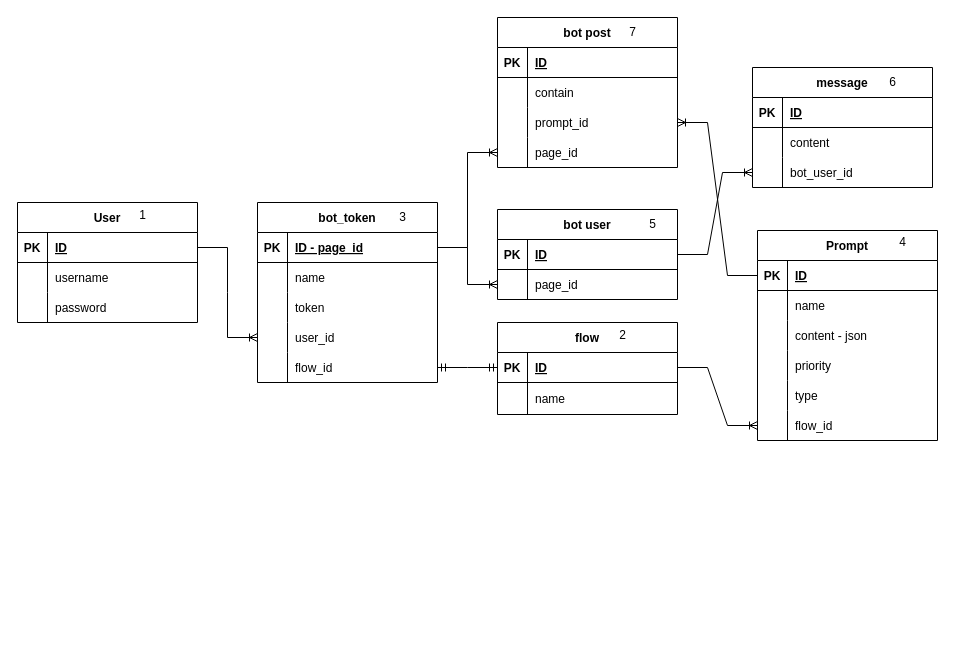
Before: AI ERD.drawio in andrew-atef/andrew-atef, a draw.io diagram. Source tidied: cells renumbered, new cells numbered last; positions are measured from the earlier drawing's top-left corner, leaving out a move shared by most shapes. Both pictures are drawn from the tidied source at 100%, with x=0, y=0 at pixel (17, 17).
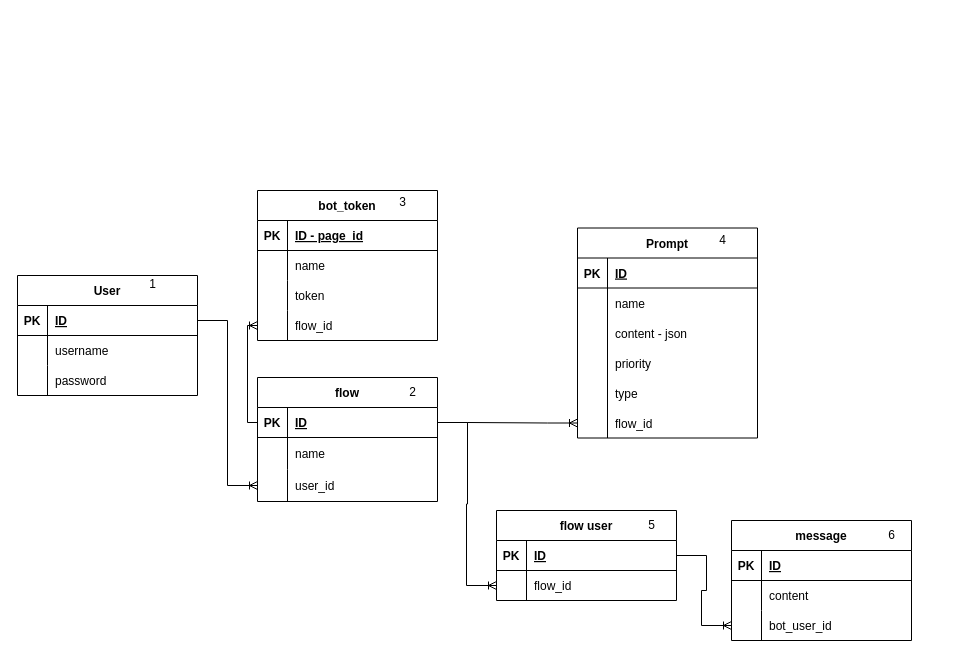
The same page after the edit.

Unchanged cells that the change refers to:
```xml
<mxCell id="3" style="shape=tableRow;horizontal=0;startSize=0;swimlaneHead=0;swimlaneBody=0;fillColor=none;points=[[0,0.5],[1,0.5]];portConstraint=eastwest;top=0;left=0;right=0;bottom=1;" parent="2" vertex="1">
  <mxGeometry y="30" width="180" height="30" as="geometry" />
</mxCell>
<mxCell id="13" style="shape=tableRow;horizontal=0;startSize=0;swimlaneHead=0;swimlaneBody=0;fillColor=none;points=[[0,0.5],[1,0.5]];portConstraint=eastwest;top=0;left=0;right=0;bottom=1;" parent="12" vertex="1">
  <mxGeometry y="30" width="180" height="30" as="geometry" />
</mxCell>
<mxCell id="32" style="shape=tableRow;horizontal=0;startSize=0;swimlaneHead=0;swimlaneBody=0;fillColor=none;points=[[0,0.5],[1,0.5]];portConstraint=eastwest;top=0;left=0;right=0;bottom=1;" parent="31" vertex="1">
  <mxGeometry y="30" width="180" height="30" as="geometry" />
</mxCell>
<mxCell id="40" style="shape=tableRow;horizontal=0;startSize=0;swimlaneHead=0;swimlaneBody=0;fillColor=none;points=[[0,0.5],[1,0.5]];portConstraint=eastwest;top=0;left=0;right=0;bottom=1;" parent="39" vertex="1">
  <mxGeometry y="30" width="180" height="30" as="geometry" />
</mxCell>
<mxCell id="60" style="shape=tableRow;horizontal=0;startSize=0;swimlaneHead=0;swimlaneBody=0;fillColor=none;points=[[0,0.5],[1,0.5]];portConstraint=eastwest;top=0;left=0;right=0;bottom=0;" parent="56" vertex="1">
  <mxGeometry y="60" width="180" height="30" as="geometry" />
</mxCell>
```

The edit, as a diff of the source:
```diff
@@
     <mxCell id="2" value="User" style="shape=table;startSize=30;childLayout=tableLayout;rowLines=0;fontStyle=1;align=center;" parent="1" vertex="1">
-      <mxGeometry y="185" width="180" height="120" as="geometry" />
+      <mxGeometry y="258" width="180" height="120" as="geometry" />
     </mxCell>
@@
     <mxCell id="12" value="Prompt" style="shape=table;startSize=30;childLayout=tableLayout;rowLines=0;fontStyle=1;align=center;" parent="1" vertex="1">
-      <mxGeometry x="740" y="213" width="180" height="210" as="geometry" />
+      <mxGeometry x="560" y="210.5" width="180" height="210" as="geometry" />
     </mxCell>
@@
     <mxCell id="31" value="flow" style="shape=table;startSize=30;childLayout=tableLayout;rowLines=0;fontStyle=1;align=center;" parent="1" vertex="1">
-      <mxGeometry x="480" y="305" width="180" height="92" as="geometry" />
+      <mxGeometry x="240" y="360" width="180" height="124" as="geometry" />
     </mxCell>
@@
+    <mxCell id="98" style="shape=tableRow;horizontal=0;startSize=0;swimlaneHead=0;swimlaneBody=0;fillColor=none;points=[[0,0.5],[1,0.5]];portConstraint=eastwest;top=0;left=0;right=0;bottom=0;" parent="31" vertex="1">
+      <mxGeometry y="92" width="180" height="32" as="geometry" />
+    </mxCell>
+    <mxCell id="99" style="shape=partialRectangle;fillColor=none;top=0;left=0;bottom=0;right=0;overflow=hidden;" parent="98" vertex="1">
+      <mxGeometry width="30" height="32" as="geometry" />
+    </mxCell>
+    <mxCell id="51" value="user_id" style="shape=partialRectangle;fillColor=none;top=0;left=0;bottom=0;right=0;align=left;spacingLeft=6;overflow=hidden;" parent="98" vertex="1">
+      <mxGeometry x="30" width="150" height="32" as="geometry" />
+    </mxCell>
@@
     <mxCell id="39" value="bot_token" style="shape=table;startSize=30;childLayout=tableLayout;rowLines=0;fontStyle=1;align=center;" parent="1" vertex="1">
-      <mxGeometry x="240" y="185" width="180" height="180" as="geometry" />
+      <mxGeometry x="240" y="173" width="180" height="150" as="geometry" />
     </mxCell>
@@
-    <mxCell id="49" style="shape=tableRow;horizontal=0;startSize=0;swimlaneHead=0;swimlaneBody=0;fillColor=none;points=[[0,0.5],[1,0.5]];portConstraint=eastwest;top=0;left=0;right=0;bottom=0;" parent="39" vertex="1">
-      <mxGeometry y="120" width="180" height="30" as="geometry" />
-    </mxCell>
-    <mxCell id="50" style="shape=partialRectangle;fillColor=none;top=0;left=0;bottom=0;right=0;overflow=hidden;" parent="49" vertex="1">
-      <mxGeometry width="30" height="30" as="geometry" />
-    </mxCell>
-    <mxCell id="51" value="user_id" style="shape=partialRectangle;fillColor=none;top=0;left=0;bottom=0;right=0;align=left;spacingLeft=6;overflow=hidden;" parent="49" vertex="1">
-      <mxGeometry x="30" width="150" height="30" as="geometry" />
-    </mxCell>
     <mxCell id="52" style="shape=tableRow;horizontal=0;startSize=0;swimlaneHead=0;swimlaneBody=0;fillColor=none;points=[[0,0.5],[1,0.5]];portConstraint=eastwest;top=0;left=0;right=0;bottom=0;" parent="39" vertex="1">
-      <mxGeometry y="150" width="180" height="30" as="geometry" />
+      <mxGeometry y="120" width="180" height="30" as="geometry" />
     </mxCell>
@@
-    <mxCell id="55" style="edgeStyle=entityRelationEdgeStyle;fontSize=12;html=1;endArrow=ERoneToMany;rounded=0;exitX=1;exitY=0.5;exitDx=0;exitDy=0;entryX=0;entryY=0.5;entryDx=0;entryDy=0;" parent="1" edge="1" source="3" target="49">
+    <mxCell id="55" style="edgeStyle=entityRelationEdgeStyle;fontSize=12;html=1;endArrow=ERoneToMany;rounded=0;exitX=1;exitY=0.5;exitDx=0;exitDy=0;entryX=0;entryY=0.5;entryDx=0;entryDy=0;" parent="1" edge="1" source="3" target="98">
       <mxGeometry relative="1" as="geometry" />
     </mxCell>
-    <mxCell id="56" value="bot user" style="shape=table;startSize=30;childLayout=tableLayout;rowLines=0;fontStyle=1;align=center;" parent="1" vertex="1">
-      <mxGeometry x="480" y="192" width="180" height="90" as="geometry" />
+    <mxCell id="56" value="flow user" style="shape=table;startSize=30;childLayout=tableLayout;rowLines=0;fontStyle=1;align=center;" parent="1" vertex="1">
+      <mxGeometry x="479" y="493" width="180" height="90" as="geometry" />
     </mxCell>
@@
-    <mxCell id="62" value="page_id" style="shape=partialRectangle;fillColor=none;top=0;left=0;bottom=0;right=0;align=left;spacingLeft=6;overflow=hidden;" parent="60" vertex="1">
+    <mxCell id="62" value="flow_id" style="shape=partialRectangle;fillColor=none;top=0;left=0;bottom=0;right=0;align=left;spacingLeft=6;overflow=hidden;" parent="60" vertex="1">
       <mxGeometry x="30" width="150" height="30" as="geometry" />
     </mxCell>
-    <mxCell id="63" style="edgeStyle=entityRelationEdgeStyle;fontSize=12;html=1;endArrow=ERoneToMany;rounded=0;exitX=1;exitY=0.5;exitDx=0;exitDy=0;entryX=0;entryY=0.5;entryDx=0;entryDy=0;" parent="1" edge="1" source="40" target="60">
-      <mxGeometry relative="1" as="geometry" />
-    </mxCell>
     <mxCell id="64" value="message" style="shape=table;startSize=30;childLayout=tableLayout;rowLines=0;fontStyle=1;align=center;" parent="1" vertex="1">
-      <mxGeometry x="735" y="50" width="180" height="120" as="geometry" />
+      <mxGeometry x="714" y="503" width="180" height="120" as="geometry" />
     </mxCell>
@@
-    <mxCell id="75" style="edgeStyle=entityRelationEdgeStyle;fontSize=12;html=1;endArrow=ERmandOne;startArrow=ERmandOne;rounded=0;exitX=1;exitY=0.5;exitDx=0;exitDy=0;entryX=0;entryY=0.5;entryDx=0;entryDy=0;" parent="1" edge="1" source="52" target="32">
-      <mxGeometry relative="1" as="geometry" />
-    </mxCell>
-    <mxCell id="76" value="bot post" style="shape=table;startSize=30;childLayout=tableLayout;rowLines=0;fontStyle=1;align=center;" parent="1" vertex="1">
-      <mxGeometry x="480" width="180" height="150" as="geometry" />
-    </mxCell>
-    <mxCell id="77" style="shape=tableRow;horizontal=0;startSize=0;swimlaneHead=0;swimlaneBody=0;fillColor=none;top=0;left=0;right=0;bottom=1;" parent="76" vertex="1">
-      <mxGeometry y="30" width="180" height="30" as="geometry" />
-    </mxCell>
-    <mxCell id="78" value="PK" style="shape=partialRectangle;fillColor=none;top=0;left=0;bottom=0;right=0;fontStyle=1;overflow=hidden;" parent="77" vertex="1">
-      <mxGeometry width="30" height="30" as="geometry" />
-    </mxCell>
-    <mxCell id="79" value="ID" style="shape=partialRectangle;fillColor=none;top=0;left=0;bottom=0;right=0;align=left;spacingLeft=6;fontStyle=5;overflow=hidden;" parent="77" vertex="1">
-      <mxGeometry x="30" width="150" height="30" as="geometry" />
-    </mxCell>
-    <mxCell id="80" style="shape=tableRow;horizontal=0;startSize=0;swimlaneHead=0;swimlaneBody=0;fillColor=none;top=0;left=0;right=0;bottom=0;" parent="76" vertex="1">
-      <mxGeometry y="60" width="180" height="30" as="geometry" />
-    </mxCell>
-    <mxCell id="81" style="shape=partialRectangle;fillColor=none;top=0;left=0;bottom=0;right=0;overflow=hidden;" parent="80" vertex="1">
-      <mxGeometry width="30" height="30" as="geometry" />
-    </mxCell>
-    <mxCell id="82" value="contain" style="shape=partialRectangle;fillColor=none;top=0;left=0;bottom=0;right=0;align=left;spacingLeft=6;overflow=hidden;" parent="80" vertex="1">
-      <mxGeometry x="30" width="150" height="30" as="geometry" />
-    </mxCell>
-    <mxCell id="83" style="shape=tableRow;horizontal=0;startSize=0;swimlaneHead=0;swimlaneBody=0;fillColor=none;points=[[0,0.5],[1,0.5]];portConstraint=eastwest;top=0;left=0;right=0;bottom=0;" parent="76" vertex="1">
-      <mxGeometry y="90" width="180" height="30" as="geometry" />
-    </mxCell>
-    <mxCell id="84" style="shape=partialRectangle;fillColor=none;top=0;left=0;bottom=0;right=0;overflow=hidden;" parent="83" vertex="1">
-      <mxGeometry width="30" height="30" as="geometry" />
-    </mxCell>
-    <mxCell id="85" value="prompt_id" style="shape=partialRectangle;fillColor=none;top=0;left=0;bottom=0;right=0;align=left;spacingLeft=6;overflow=hidden;" parent="83" vertex="1">
-      <mxGeometry x="30" width="150" height="30" as="geometry" />
-    </mxCell>
-    <mxCell id="86" style="shape=tableRow;horizontal=0;startSize=0;swimlaneHead=0;swimlaneBody=0;fillColor=none;points=[[0,0.5],[1,0.5]];portConstraint=eastwest;top=0;left=0;right=0;bottom=0;" parent="76" vertex="1">
-      <mxGeometry y="120" width="180" height="30" as="geometry" />
-    </mxCell>
-    <mxCell id="87" style="shape=partialRectangle;fillColor=none;top=0;left=0;bottom=0;right=0;overflow=hidden;" parent="86" vertex="1">
-      <mxGeometry width="30" height="30" as="geometry" />
-    </mxCell>
-    <mxCell id="88" value="page_id" style="shape=partialRectangle;fillColor=none;top=0;left=0;bottom=0;right=0;align=left;spacingLeft=6;overflow=hidden;" parent="86" vertex="1">
-      <mxGeometry x="30" width="150" height="30" as="geometry" />
-    </mxCell>
-    <mxCell id="89" style="edgeStyle=entityRelationEdgeStyle;fontSize=12;html=1;endArrow=ERoneToMany;rounded=0;exitX=1;exitY=0.5;exitDx=0;exitDy=0;entryX=0;entryY=0.5;entryDx=0;entryDy=0;" parent="1" edge="1" source="40" target="86">
-      <mxGeometry relative="1" as="geometry" />
-    </mxCell>
-    <mxCell id="90" style="edgeStyle=entityRelationEdgeStyle;fontSize=12;html=1;endArrow=ERoneToMany;rounded=0;exitX=0;exitY=0.5;exitDx=0;exitDy=0;entryX=1;entryY=0.5;entryDx=0;entryDy=0;" parent="1" edge="1" source="13" target="83">
-      <mxGeometry relative="1" as="geometry" />
-    </mxCell>
     <mxCell id="91" value="1" style="text;html=1;align=center;verticalAlign=middle;strokeColor=none;fillColor=none;" parent="1" vertex="1">
-      <mxGeometry x="110" y="183" width="30" height="30" as="geometry" />
+      <mxGeometry x="120" y="252" width="30" height="30" as="geometry" />
     </mxCell>
     <mxCell id="92" value="2" style="text;html=1;align=center;verticalAlign=middle;strokeColor=none;fillColor=none;" parent="1" vertex="1">
-      <mxGeometry x="590" y="303" width="30" height="30" as="geometry" />
+      <mxGeometry x="380" y="360" width="30" height="30" as="geometry" />
     </mxCell>
     <mxCell id="93" value="3" style="text;html=1;align=center;verticalAlign=middle;strokeColor=none;fillColor=none;" parent="1" vertex="1">
-      <mxGeometry x="370" y="185" width="30" height="30" as="geometry" />
+      <mxGeometry x="370" y="170" width="30" height="30" as="geometry" />
     </mxCell>
     <mxCell id="94" value="4" style="text;html=1;align=center;verticalAlign=middle;strokeColor=none;fillColor=none;" parent="1" vertex="1">
-      <mxGeometry x="870" y="210" width="30" height="30" as="geometry" />
+      <mxGeometry x="690" y="207.5" width="30" height="30" as="geometry" />
     </mxCell>
     <mxCell id="95" value="5" style="text;html=1;align=center;verticalAlign=middle;strokeColor=none;fillColor=none;" parent="1" vertex="1">
-      <mxGeometry x="620" y="192" width="30" height="30" as="geometry" />
+      <mxGeometry x="619" y="493" width="30" height="30" as="geometry" />
     </mxCell>
     <mxCell id="96" value="6" style="text;html=1;align=center;verticalAlign=middle;strokeColor=none;fillColor=none;" parent="1" vertex="1">
-      <mxGeometry x="860" y="50" width="30" height="30" as="geometry" />
+      <mxGeometry x="859" y="503" width="30" height="30" as="geometry" />
     </mxCell>
-    <mxCell id="97" value="7" style="text;html=1;align=center;verticalAlign=middle;strokeColor=none;fillColor=none;" parent="1" vertex="1">
-      <mxGeometry x="600" width="30" height="30" as="geometry" />
-    </mxCell>
+    <mxCell id="100" style="edgeStyle=orthogonalEdgeStyle;fontSize=12;html=1;endArrow=ERoneToMany;rounded=0;exitX=0;exitY=0.5;exitDx=0;exitDy=0;entryX=0;entryY=0.5;entryDx=0;entryDy=0;" parent="1" edge="1" source="32" target="52">
+      <mxGeometry relative="1" as="geometry" />
+    </mxCell>
+    <mxCell id="101" style="edgeStyle=entityRelationEdgeStyle;fontSize=12;html=1;endArrow=ERoneToMany;rounded=0;exitX=1;exitY=0.5;exitDx=0;exitDy=0;entryX=0;entryY=0.5;entryDx=0;entryDy=0;" parent="1" edge="1" source="32" target="60">
+      <mxGeometry relative="1" as="geometry" />
+    </mxCell>
```
